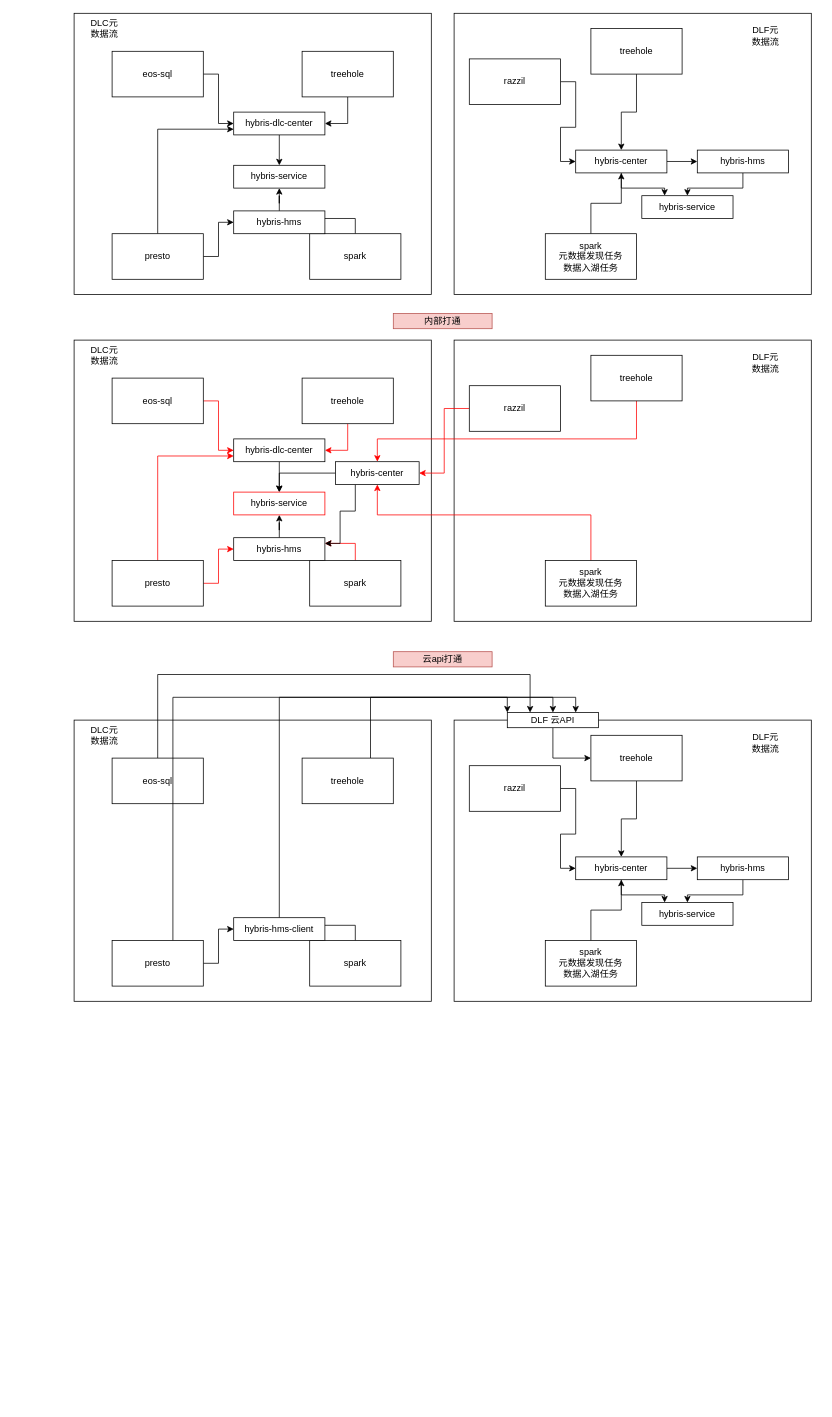
yuhuali1989/ui keeps this draw.io diagram as DLC DLF元数据打通方案.drawio. Above is the earlier version. Source tidied: cells renumbered, new cells numbered last; positions are measured from the earlier drawing's top-left corner, leaving out a move shared by most shapes. Both pictures are drawn from the tidied source at 76%, with x=0, y=0 at pixel (74, 13).
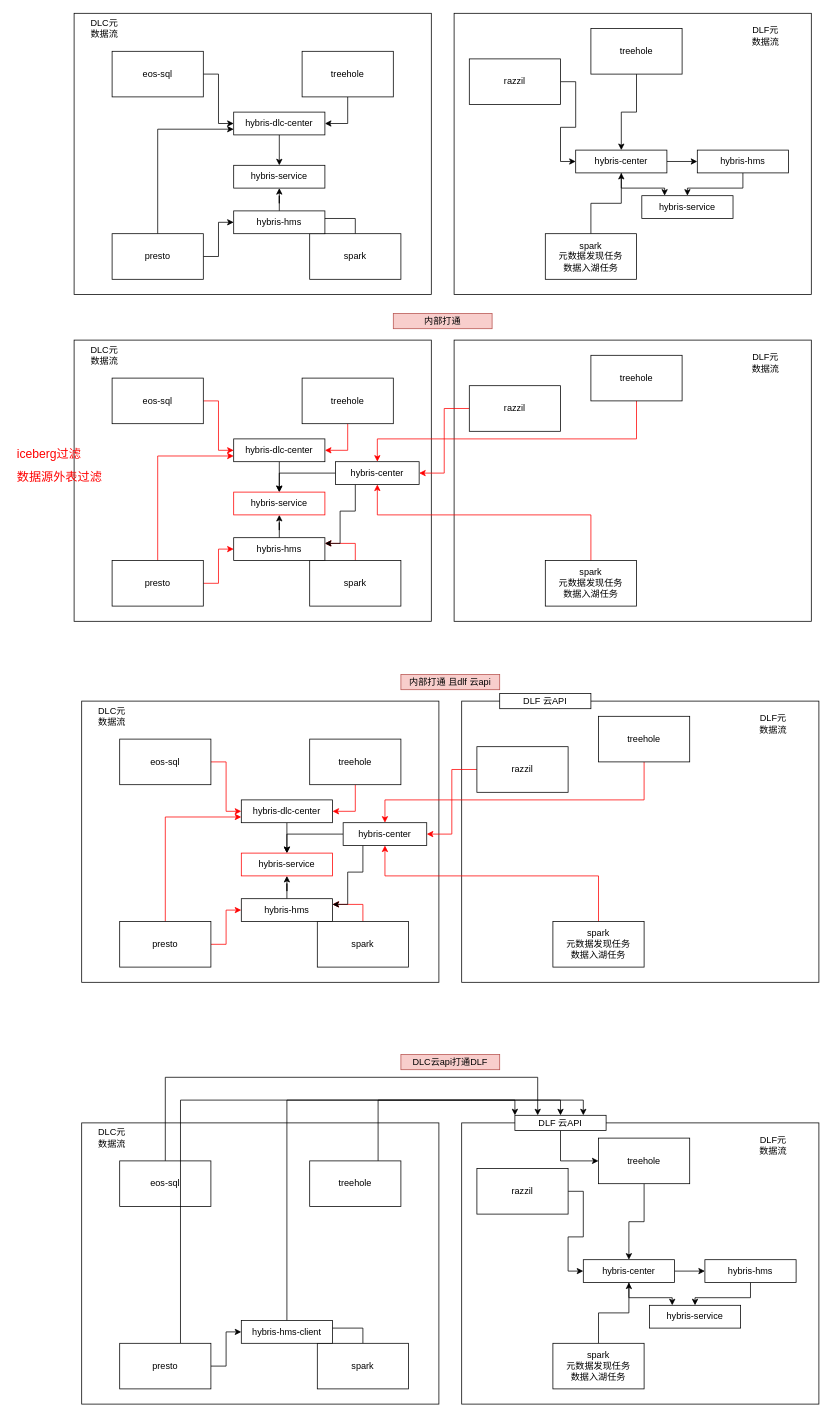
The same page after the edit.

Commit message:
Update DLC DLF元数据打通方案.drawio

The edit, as a diff of the source:
```diff
@@
     <mxCell id="59" style="rounded=0;whiteSpace=wrap;html=1;" parent="1" vertex="1">
-      <mxGeometry x="500" y="930" width="470" height="370" as="geometry" />
+      <mxGeometry x="510" y="1460" width="470" height="370" as="geometry" />
     </mxCell>
     <mxCell id="60" style="rounded=0;whiteSpace=wrap;html=1;" parent="1" vertex="1">
-      <mxGeometry y="930" width="470" height="370" as="geometry" />
+      <mxGeometry x="10" y="1460" width="470" height="370" as="geometry" />
     </mxCell>
     <mxCell id="61" style="edgeStyle=orthogonalEdgeStyle;rounded=0;jettySize=auto;html=1;entryX=0.25;entryY=0;entryDx=0;entryDy=0;" parent="1" edge="1" source="62" target="87">
       <mxGeometry relative="1" as="geometry">
         <Array as="points">
-          <mxPoint x="110" y="870" />
-          <mxPoint x="600" y="870" />
+          <mxPoint x="120" y="1400" />
+          <mxPoint x="610" y="1400" />
         </Array>
       </mxGeometry>
     </mxCell>
     <mxCell id="62" value="eos-sql" style="rounded=0;whiteSpace=wrap;html=1;" parent="1" vertex="1">
-      <mxGeometry x="50" y="980" width="120" height="60" as="geometry" />
+      <mxGeometry x="60" y="1510" width="120" height="60" as="geometry" />
     </mxCell>
@@
     <mxCell id="64" style="edgeStyle=orthogonalEdgeStyle;rounded=0;jettySize=auto;html=1;entryX=0.75;entryY=0;entryDx=0;entryDy=0;" parent="1" edge="1" source="65" target="87">
       <mxGeometry relative="1" as="geometry">
         <Array as="points">
-          <mxPoint x="130" y="900" />
-          <mxPoint x="660" y="900" />
+          <mxPoint x="140" y="1430" />
+          <mxPoint x="670" y="1430" />
         </Array>
       </mxGeometry>
     </mxCell>
     <mxCell id="65" value="presto" style="rounded=0;whiteSpace=wrap;html=1;" parent="1" vertex="1">
-      <mxGeometry x="50" y="1220" width="120" height="60" as="geometry" />
+      <mxGeometry x="60" y="1750" width="120" height="60" as="geometry" />
     </mxCell>
@@
     <mxCell id="67" value="spark" style="rounded=0;whiteSpace=wrap;html=1;" parent="1" vertex="1">
-      <mxGeometry x="310" y="1220" width="120" height="60" as="geometry" />
+      <mxGeometry x="320" y="1750" width="120" height="60" as="geometry" />
     </mxCell>
     <mxCell id="68" style="edgeStyle=orthogonalEdgeStyle;rounded=0;jettySize=auto;html=1;entryX=0;entryY=0;entryDx=0;entryDy=0;" parent="1" edge="1" source="69" target="87">
       <mxGeometry relative="1" as="geometry">
         <Array as="points">
-          <mxPoint x="390" y="900" />
-          <mxPoint x="570" y="900" />
+          <mxPoint x="400" y="1430" />
+          <mxPoint x="580" y="1430" />
         </Array>
       </mxGeometry>
     </mxCell>
     <mxCell id="69" value="treehole" style="rounded=0;whiteSpace=wrap;html=1;" parent="1" vertex="1">
-      <mxGeometry x="300" y="980" width="120" height="60" as="geometry" />
+      <mxGeometry x="310" y="1510" width="120" height="60" as="geometry" />
     </mxCell>
@@
     <mxCell id="71" value="razzil" style="rounded=0;whiteSpace=wrap;html=1;" parent="1" vertex="1">
-      <mxGeometry x="520" y="990" width="120" height="60" as="geometry" />
+      <mxGeometry x="530" y="1520" width="120" height="60" as="geometry" />
     </mxCell>
@@
     <mxCell id="74" value="hybris-center" style="rounded=0;whiteSpace=wrap;html=1;" parent="1" vertex="1">
-      <mxGeometry x="660" y="1110" width="120" height="30" as="geometry" />
+      <mxGeometry x="670" y="1640" width="120" height="30" as="geometry" />
     </mxCell>
     <mxCell id="75" value="DLC元数据流" style="text;html=1;strokeColor=none;fillColor=none;align=center;verticalAlign=middle;whiteSpace=wrap;rounded=0;" parent="1" vertex="1">
-      <mxGeometry x="20" y="940" width="40" height="20" as="geometry" />
+      <mxGeometry x="30" y="1470" width="40" height="20" as="geometry" />
     </mxCell>
@@
     <mxCell id="77" value="treehole" style="rounded=0;whiteSpace=wrap;html=1;" parent="1" vertex="1">
-      <mxGeometry x="680" y="950" width="120" height="60" as="geometry" />
+      <mxGeometry x="690" y="1480" width="120" height="60" as="geometry" />
     </mxCell>
@@
     <mxCell id="79" value="spark&lt;br&gt;元数据发现任务&lt;br&gt;数据入湖任务" style="rounded=0;whiteSpace=wrap;html=1;" parent="1" vertex="1">
-      <mxGeometry x="620" y="1220" width="120" height="60" as="geometry" />
+      <mxGeometry x="630" y="1750" width="120" height="60" as="geometry" />
     </mxCell>
     <mxCell id="80" value="DLF元数据流" style="text;html=1;strokeColor=none;fillColor=none;align=center;verticalAlign=middle;whiteSpace=wrap;rounded=0;" parent="1" vertex="1">
-      <mxGeometry x="890" y="950" width="40" height="20" as="geometry" />
+      <mxGeometry x="900" y="1480" width="40" height="20" as="geometry" />
     </mxCell>
     <mxCell id="81" style="edgeStyle=orthogonalEdgeStyle;rounded=0;jettySize=auto;html=1;entryX=0.5;entryY=0;entryDx=0;entryDy=0;" parent="1" edge="1" source="82" target="87">
       <mxGeometry relative="1" as="geometry">
         <Array as="points">
-          <mxPoint x="270" y="900" />
-          <mxPoint x="630" y="900" />
+          <mxPoint x="280" y="1430" />
+          <mxPoint x="640" y="1430" />
         </Array>
       </mxGeometry>
     </mxCell>
     <mxCell id="82" value="hybris-hms-client" style="rounded=0;whiteSpace=wrap;html=1;" parent="1" vertex="1">
-      <mxGeometry x="210" y="1190" width="120" height="30" as="geometry" />
+      <mxGeometry x="220" y="1720" width="120" height="30" as="geometry" />
     </mxCell>
@@
     <mxCell id="84" value="hybris-hms" style="rounded=0;whiteSpace=wrap;html=1;" parent="1" vertex="1">
-      <mxGeometry x="820" y="1110" width="120" height="30" as="geometry" />
+      <mxGeometry x="830" y="1640" width="120" height="30" as="geometry" />
     </mxCell>
     <mxCell id="85" value="hybris-service" style="rounded=0;whiteSpace=wrap;html=1;" parent="1" vertex="1">
-      <mxGeometry x="747" y="1170" width="120" height="30" as="geometry" />
+      <mxGeometry x="757" y="1700" width="120" height="30" as="geometry" />
     </mxCell>
@@
     <mxCell id="87" value="DLF 云API" style="rounded=0;whiteSpace=wrap;html=1;" parent="1" vertex="1">
-      <mxGeometry x="570" y="920" width="120" height="20" as="geometry" />
+      <mxGeometry x="580" y="1450" width="120" height="20" as="geometry" />
     </mxCell>
@@
-    <mxCell id="89" value="云api打通" style="text;html=1;strokeColor=#b85450;fillColor=#f8cecc;align=center;verticalAlign=middle;whiteSpace=wrap;rounded=0;" parent="1" vertex="1">
-      <mxGeometry x="420" y="840" width="130" height="20" as="geometry" />
+    <mxCell id="89" value="DLC云api打通DLF" style="text;html=1;strokeColor=#b85450;fillColor=#f8cecc;align=center;verticalAlign=middle;whiteSpace=wrap;rounded=0;" parent="1" vertex="1">
+      <mxGeometry x="430" y="1370" width="130" height="20" as="geometry" />
     </mxCell>
+    <mxCell id="90" style="rounded=0;whiteSpace=wrap;html=1;" parent="1" vertex="1">
+      <mxGeometry x="510" y="905" width="470" height="370" as="geometry" />
+    </mxCell>
+    <mxCell id="91" style="rounded=0;whiteSpace=wrap;html=1;" parent="1" vertex="1">
+      <mxGeometry x="10" y="905" width="470" height="370" as="geometry" />
+    </mxCell>
+    <mxCell id="92" style="edgeStyle=orthogonalEdgeStyle;rounded=0;jettySize=auto;html=1;entryX=0.5;entryY=0;entryDx=0;entryDy=0;" parent="1" edge="1" source="93" target="116">
+      <mxGeometry relative="1" as="geometry" />
+    </mxCell>
+    <mxCell id="93" value="hybris-dlc-center" style="rounded=0;whiteSpace=wrap;html=1;" parent="1" vertex="1">
+      <mxGeometry x="220" y="1035" width="120" height="30" as="geometry" />
+    </mxCell>
+    <mxCell id="94" style="edgeStyle=orthogonalEdgeStyle;rounded=0;jettySize=auto;html=1;entryX=0;entryY=0.5;entryDx=0;entryDy=0;strokeColor=#FF0000;" parent="1" edge="1" source="95" target="93">
+      <mxGeometry relative="1" as="geometry" />
+    </mxCell>
+    <mxCell id="95" value="eos-sql" style="rounded=0;whiteSpace=wrap;html=1;" parent="1" vertex="1">
+      <mxGeometry x="60" y="955" width="120" height="60" as="geometry" />
+    </mxCell>
+    <mxCell id="96" style="edgeStyle=orthogonalEdgeStyle;rounded=0;jettySize=auto;html=1;entryX=0;entryY=0.5;entryDx=0;entryDy=0;strokeColor=#FF0000;" parent="1" edge="1" source="98" target="115">
+      <mxGeometry relative="1" as="geometry" />
+    </mxCell>
+    <mxCell id="97" style="edgeStyle=orthogonalEdgeStyle;rounded=0;jettySize=auto;html=1;entryX=0;entryY=0.75;entryDx=0;entryDy=0;strokeColor=#FF0000;" parent="1" edge="1" source="98" target="93">
+      <mxGeometry relative="1" as="geometry">
+        <Array as="points">
+          <mxPoint x="120" y="1058" />
+        </Array>
+      </mxGeometry>
+    </mxCell>
+    <mxCell id="98" value="presto" style="rounded=0;whiteSpace=wrap;html=1;" parent="1" vertex="1">
+      <mxGeometry x="60" y="1195" width="120" height="60" as="geometry" />
+    </mxCell>
+    <mxCell id="99" style="edgeStyle=orthogonalEdgeStyle;rounded=0;jettySize=auto;html=1;entryX=1;entryY=0.25;entryDx=0;entryDy=0;strokeColor=#FF0000;" parent="1" edge="1" source="100" target="115">
+      <mxGeometry relative="1" as="geometry" />
+    </mxCell>
+    <mxCell id="100" value="spark" style="rounded=0;whiteSpace=wrap;html=1;" parent="1" vertex="1">
+      <mxGeometry x="320" y="1195" width="120" height="60" as="geometry" />
+    </mxCell>
+    <mxCell id="101" style="edgeStyle=orthogonalEdgeStyle;rounded=0;jettySize=auto;html=1;entryX=1;entryY=0.5;entryDx=0;entryDy=0;strokeColor=#FF0000;" parent="1" edge="1" source="102" target="93">
+      <mxGeometry relative="1" as="geometry" />
+    </mxCell>
+    <mxCell id="102" value="treehole" style="rounded=0;whiteSpace=wrap;html=1;" parent="1" vertex="1">
+      <mxGeometry x="310" y="955" width="120" height="60" as="geometry" />
+    </mxCell>
+    <mxCell id="103" style="edgeStyle=orthogonalEdgeStyle;rounded=0;jettySize=auto;html=1;entryX=1;entryY=0.5;entryDx=0;entryDy=0;strokeColor=#FF0000;" parent="1" edge="1" source="104" target="107">
+      <mxGeometry relative="1" as="geometry" />
+    </mxCell>
+    <mxCell id="104" value="razzil" style="rounded=0;whiteSpace=wrap;html=1;" parent="1" vertex="1">
+      <mxGeometry x="530" y="965" width="120" height="60" as="geometry" />
+    </mxCell>
+    <mxCell id="105" style="edgeStyle=orthogonalEdgeStyle;rounded=0;jettySize=auto;html=1;exitX=0;exitY=0.5;exitDx=0;exitDy=0;" parent="1" edge="1" source="107" target="116">
+      <mxGeometry relative="1" as="geometry" />
+    </mxCell>
+    <mxCell id="106" style="edgeStyle=orthogonalEdgeStyle;rounded=0;jettySize=auto;html=1;entryX=1;entryY=0.25;entryDx=0;entryDy=0;" parent="1" edge="1" source="107" target="115">
+      <mxGeometry relative="1" as="geometry">
+        <Array as="points">
+          <mxPoint x="380" y="1130" />
+          <mxPoint x="360" y="1130" />
+          <mxPoint x="360" y="1173" />
+        </Array>
+      </mxGeometry>
+    </mxCell>
+    <mxCell id="107" value="hybris-center" style="rounded=0;whiteSpace=wrap;html=1;" parent="1" vertex="1">
+      <mxGeometry x="354" y="1065" width="110" height="30" as="geometry" />
+    </mxCell>
+    <mxCell id="108" value="DLC元数据流" style="text;html=1;strokeColor=none;fillColor=none;align=center;verticalAlign=middle;whiteSpace=wrap;rounded=0;" parent="1" vertex="1">
+      <mxGeometry x="30" y="915" width="40" height="20" as="geometry" />
+    </mxCell>
+    <mxCell id="109" style="edgeStyle=orthogonalEdgeStyle;rounded=0;jettySize=auto;html=1;strokeColor=#FF0000;" parent="1" edge="1" source="110" target="107">
+      <mxGeometry relative="1" as="geometry">
+        <Array as="points">
+          <mxPoint x="750" y="1035" />
+          <mxPoint x="409" y="1035" />
+        </Array>
+      </mxGeometry>
+    </mxCell>
+    <mxCell id="110" value="treehole" style="rounded=0;whiteSpace=wrap;html=1;" parent="1" vertex="1">
+      <mxGeometry x="690" y="925" width="120" height="60" as="geometry" />
+    </mxCell>
+    <mxCell id="111" style="edgeStyle=orthogonalEdgeStyle;rounded=0;jettySize=auto;html=1;strokeColor=#FF0000;" parent="1" edge="1" source="112" target="107">
+      <mxGeometry relative="1" as="geometry">
+        <Array as="points">
+          <mxPoint x="690" y="1135" />
+          <mxPoint x="409" y="1135" />
+        </Array>
+      </mxGeometry>
+    </mxCell>
+    <mxCell id="112" value="spark&lt;br&gt;元数据发现任务&lt;br&gt;数据入湖任务" style="rounded=0;whiteSpace=wrap;html=1;" parent="1" vertex="1">
+      <mxGeometry x="630" y="1195" width="120" height="60" as="geometry" />
+    </mxCell>
+    <mxCell id="113" value="DLF元数据流" style="text;html=1;strokeColor=none;fillColor=none;align=center;verticalAlign=middle;whiteSpace=wrap;rounded=0;" parent="1" vertex="1">
+      <mxGeometry x="900" y="925" width="40" height="20" as="geometry" />
+    </mxCell>
+    <mxCell id="114" style="edgeStyle=orthogonalEdgeStyle;rounded=0;jettySize=auto;html=1;" parent="1" edge="1" source="115" target="116">
+      <mxGeometry relative="1" as="geometry" />
+    </mxCell>
+    <mxCell id="115" value="hybris-hms" style="rounded=0;whiteSpace=wrap;html=1;" parent="1" vertex="1">
+      <mxGeometry x="220" y="1165" width="120" height="30" as="geometry" />
+    </mxCell>
+    <mxCell id="116" value="hybris-service" style="rounded=0;whiteSpace=wrap;html=1;strokeColor=#FF0000;" parent="1" vertex="1">
+      <mxGeometry x="220" y="1105" width="120" height="30" as="geometry" />
+    </mxCell>
+    <mxCell id="117" value="内部打通 且dlf 云api" style="text;html=1;strokeColor=#b85450;fillColor=#f8cecc;align=center;verticalAlign=middle;whiteSpace=wrap;rounded=0;" parent="1" vertex="1">
+      <mxGeometry x="430" y="870" width="130" height="20" as="geometry" />
+    </mxCell>
+    <mxCell id="118" value="DLF 云API" style="rounded=0;whiteSpace=wrap;html=1;" parent="1" vertex="1">
+      <mxGeometry x="560" y="895" width="120" height="20" as="geometry" />
+    </mxCell>
+    <mxCell id="119" value="&lt;h1 style=&quot;font-size: 16px&quot;&gt;&lt;font color=&quot;#ff0000&quot; style=&quot;font-size: 16px ; font-weight: normal&quot;&gt;iceberg过滤&lt;/font&gt;&lt;/h1&gt;&lt;div style=&quot;font-size: 16px&quot;&gt;&lt;font color=&quot;#ff0000&quot; style=&quot;font-size: 16px&quot;&gt;数据源外表过滤&lt;/font&gt;&lt;/div&gt;&lt;div style=&quot;font-size: 16px&quot;&gt;&lt;font color=&quot;#ff0000&quot; style=&quot;font-size: 16px&quot;&gt;&lt;br&gt;&lt;/font&gt;&lt;/div&gt;" style="text;html=1;strokeColor=none;fillColor=none;spacing=5;spacingTop=-20;whiteSpace=wrap;overflow=hidden;rounded=0;" parent="1" vertex="1">
+      <mxGeometry x="-80" y="570" width="190" height="50" as="geometry" />
+    </mxCell>
```
